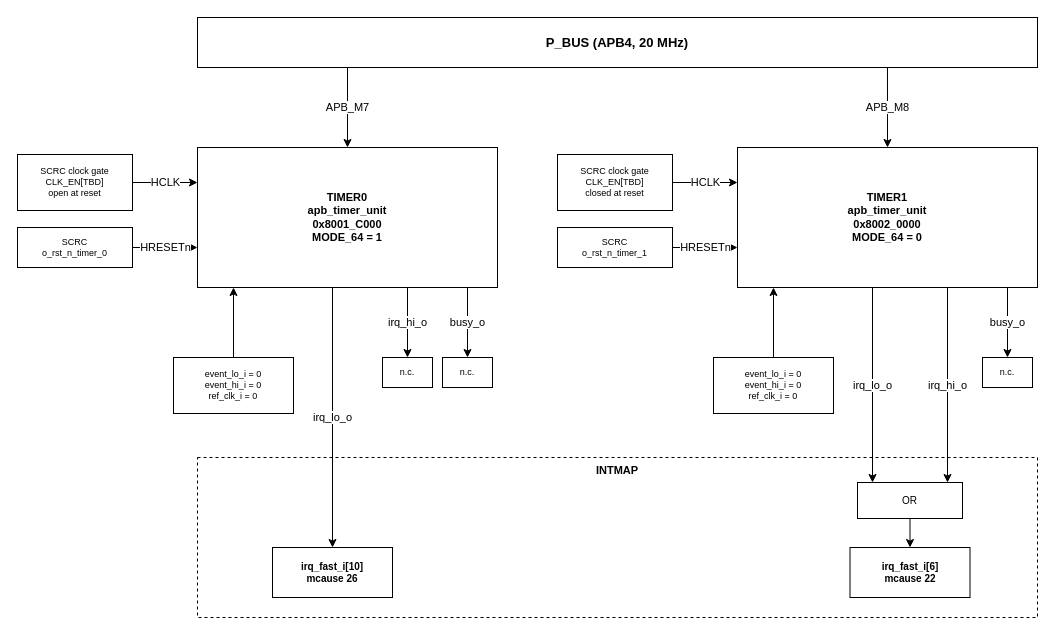
The draw.io diagram page "TIMER0 and TIMER1 in QSOC" (1 of 3) of doc/drawio/QNSC_Timer_PWM.drawio in quynhonsemiconductor/vlsi_deep_training, before the edit. Source tidied: cells renumbered, new cells numbered last; positions are measured from the earlier drawing's top-left corner, leaving out a move shared by most shapes. Both pictures are drawn from the tidied source at 100%, with x=0, y=0 at pixel (17, 17).
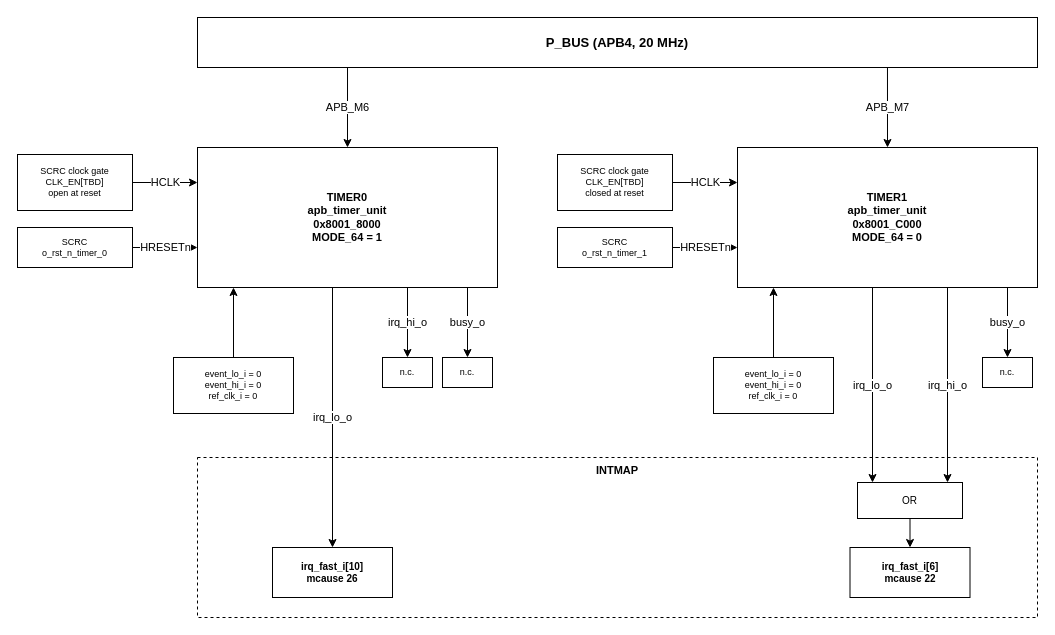
Above is the later version.

The change refers to these unchanged cells:
```xml
<mxCell id="2" value="P_BUS  (APB4, 20 MHz)" style="rounded=0;whiteSpace=wrap;html=1;fillColor=#ffffff;strokeColor=#000000;fontSize=13;dashed=0;fontStyle=1;verticalAlign=middle;" parent="1" vertex="1">
  <mxGeometry x="180" width="840" height="50" as="geometry" />
</mxCell>
```

The edit, as a diff of the source:
```diff
@@
-    <mxCell id="3" value="TIMER0&#10;apb_timer_unit&#10;0x8001_C000&#10;MODE_64 = 1" style="rounded=0;whiteSpace=wrap;html=1;fillColor=#ffffff;strokeColor=#000000;fontSize=11;dashed=0;fontStyle=1;verticalAlign=middle;" parent="1" vertex="1">
+    <mxCell id="3" value="TIMER0&#10;apb_timer_unit&#10;0x8001_8000&#10;MODE_64 = 1" style="rounded=0;whiteSpace=wrap;html=1;fillColor=#ffffff;strokeColor=#000000;fontSize=11;dashed=0;fontStyle=1;verticalAlign=middle;" parent="1" vertex="1">
       <mxGeometry x="180" y="130" width="300" height="140" as="geometry" />
     </mxCell>
-    <mxCell id="4" value="TIMER1&#10;apb_timer_unit&#10;0x8002_0000&#10;MODE_64 = 0" style="rounded=0;whiteSpace=wrap;html=1;fillColor=#ffffff;strokeColor=#000000;fontSize=11;dashed=0;fontStyle=1;verticalAlign=middle;" parent="1" vertex="1">
+    <mxCell id="4" value="TIMER1&#10;apb_timer_unit&#10;0x8001_C000&#10;MODE_64 = 0" style="rounded=0;whiteSpace=wrap;html=1;fillColor=#ffffff;strokeColor=#000000;fontSize=11;dashed=0;fontStyle=1;verticalAlign=middle;" parent="1" vertex="1">
       <mxGeometry x="720" y="130" width="300" height="140" as="geometry" />
     </mxCell>
@@
-    <mxCell id="18" value="APB_M7" style="edgeStyle=orthogonalEdgeStyle;rounded=0;html=1;exitX=0.1786;exitY=1.0;entryX=0.5;entryY=0.0;exitDx=0;exitDy=0;entryDx=0;entryDy=0;" parent="1" edge="1" source="2" target="3">
+    <mxCell id="18" value="APB_M6" style="edgeStyle=orthogonalEdgeStyle;rounded=0;html=1;exitX=0.1786;exitY=1.0;entryX=0.5;entryY=0.0;exitDx=0;exitDy=0;entryDx=0;entryDy=0;" parent="1" edge="1" source="2" target="3">
       <mxGeometry relative="1" as="geometry" />
     </mxCell>
-    <mxCell id="19" value="APB_M8" style="edgeStyle=orthogonalEdgeStyle;rounded=0;html=1;exitX=0.8214;exitY=1.0;entryX=0.5;entryY=0.0;exitDx=0;exitDy=0;entryDx=0;entryDy=0;" parent="1" edge="1" source="2" target="4">
+    <mxCell id="19" value="APB_M7" style="edgeStyle=orthogonalEdgeStyle;rounded=0;html=1;exitX=0.8214;exitY=1.0;entryX=0.5;entryY=0.0;exitDx=0;exitDy=0;entryDx=0;entryDy=0;" parent="1" edge="1" source="2" target="4">
       <mxGeometry relative="1" as="geometry" />
     </mxCell>
```
